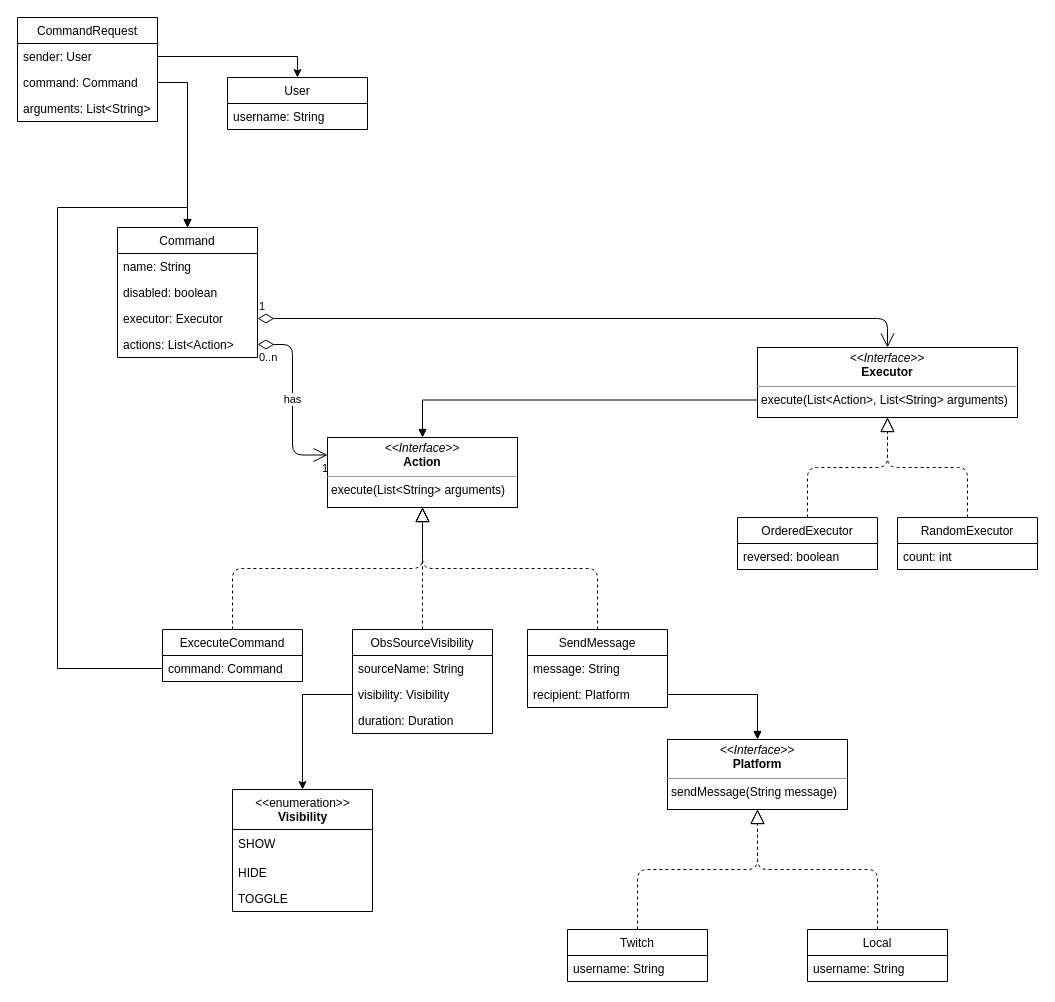
Earlier version of the draw.io diagram src/site/resources/core-model.drawio (TinaTiel/obs-chatbot). Source tidied: cells renumbered, new cells numbered last; positions are measured from the earlier drawing's top-left corner, leaving out a move shared by most shapes. Both pictures are drawn from the tidied source at 100%, with x=0, y=0 at pixel (17, 17).
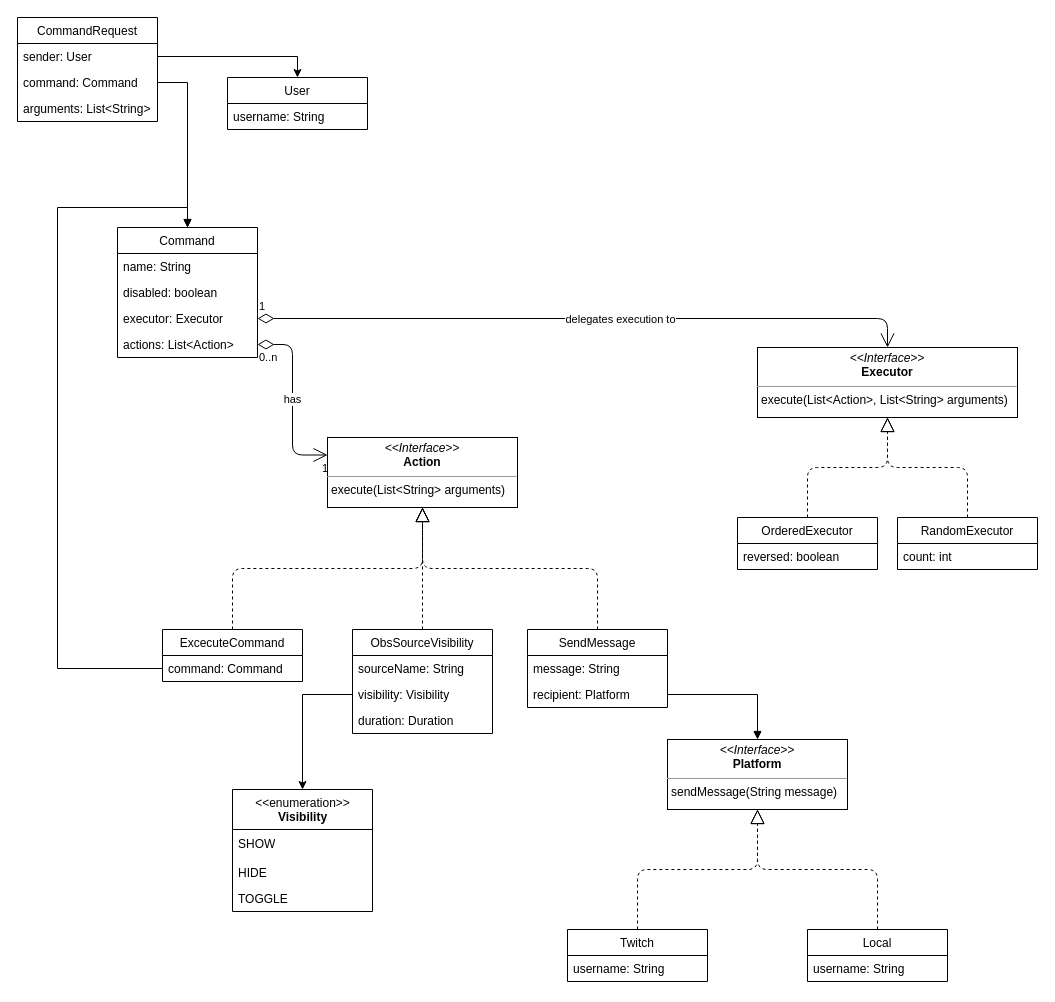
The same page after the edit.

Commit message:
Cleaned up a relationship in the diagram.

Unchanged cells that the change refers to:
```xml
<mxCell id="35" value="&lt;p style=&quot;margin: 0px ; margin-top: 4px ; text-align: center&quot;&gt;&lt;i&gt;&amp;lt;&amp;lt;Interface&amp;gt;&amp;gt;&lt;/i&gt;&lt;br&gt;&lt;b&gt;Action&lt;/b&gt;&lt;/p&gt;&lt;hr size=&quot;1&quot;&gt;&lt;p style=&quot;margin: 0px ; margin-left: 4px&quot;&gt;&lt;span&gt;execute(List&amp;lt;String&amp;gt; arguments)&lt;/span&gt;&lt;br&gt;&lt;/p&gt;" style="verticalAlign=top;align=left;overflow=fill;fontSize=12;fontFamily=Helvetica;html=1;" parent="1" vertex="1">
  <mxGeometry x="310" y="420" width="190" height="70" as="geometry" />
</mxCell>
<mxCell id="38" value="&lt;p style=&quot;margin: 0px ; margin-top: 4px ; text-align: center&quot;&gt;&lt;i&gt;&amp;lt;&amp;lt;Interface&amp;gt;&amp;gt;&lt;/i&gt;&lt;br&gt;&lt;b&gt;Executor&lt;/b&gt;&lt;/p&gt;&lt;hr size=&quot;1&quot;&gt;&lt;p style=&quot;margin: 0px ; margin-left: 4px&quot;&gt;&lt;span&gt;execute(List&amp;lt;Action&amp;gt;, List&amp;lt;String&amp;gt; arguments)&lt;/span&gt;&lt;br&gt;&lt;/p&gt;" style="verticalAlign=top;align=left;overflow=fill;fontSize=12;fontFamily=Helvetica;html=1;" parent="1" vertex="1">
  <mxGeometry x="740" y="330" width="260" height="70" as="geometry" />
</mxCell>
<mxCell id="39" value="1" style="endArrow=open;html=1;endSize=12;startArrow=diamondThin;startSize=14;startFill=0;edgeStyle=orthogonalEdgeStyle;align=left;verticalAlign=bottom;exitX=1;exitY=0.5;exitDx=0;exitDy=0;entryX=0.5;entryY=0;entryDx=0;entryDy=0;" parent="1" edge="1" source="5" target="38">
  <mxGeometry x="-1" y="3" relative="1" as="geometry" />
</mxCell>
```

What changed in the source:
```diff
@@
-    <mxCell id="37" style="edgeStyle=orthogonalEdgeStyle;rounded=0;jettySize=auto;html=1;exitX=0;exitY=0.75;exitDx=0;exitDy=0;entryX=0.5;entryY=0;entryDx=0;entryDy=0;startArrow=none;startFill=0;endArrow=block;endFill=1;" parent="1" edge="1" source="38" target="35">
-      <mxGeometry relative="1" as="geometry" />
-    </mxCell>
@@
+    <mxCell id="54" value="delegates execution to" style="edgeLabel;html=1;align=center;verticalAlign=middle;" parent="39" vertex="1">
+      <mxGeometry x="0.1" relative="1" as="geometry" />
+    </mxCell>
```
